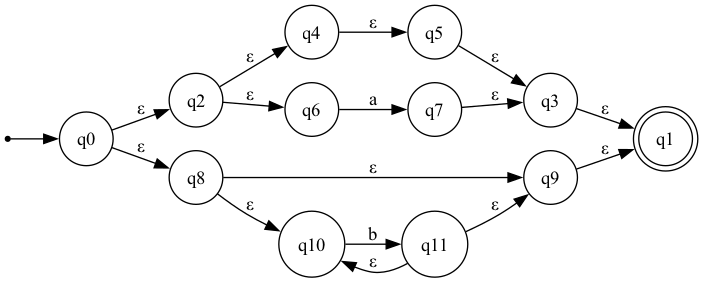
The Graphviz diagram labs/lab4/pngout/nfa_002.png in AscencioSIUU/TeoriaComputacion, before a commit. Its source is kept beside it as labs/lab4/dotout/nfa_002.dot. The source it was exported from:
```dot
digraph NFA {
  rankdir=LR;
  node [shape=circle];
  s [shape=point];
  s -> q0;
  q1 [shape=doublecircle];
  q0;
  q2;
  q3;
  q4;
  q5;
  q6;
  q7;
  q8;
  q9;
  q10;
  q11;
  q0 -> q2 [label="ε"];
  q0 -> q8 [label="ε"];
  q2 -> q4 [label="ε"];
  q2 -> q6 [label="ε"];
  q3 -> q1 [label="ε"];
  q4 -> q5 [label="ε"];
  q5 -> q3 [label="ε"];
  q6 -> q7 [label="a"];
  q7 -> q3 [label="ε"];
  q8 -> q10 [label="ε"];
  q8 -> q9 [label="ε"];
  q9 -> q1 [label="ε"];
  q10 -> q11 [label="b"];
  q11 -> q10 [label="ε"];
  q11 -> q9 [label="ε"];
}
```
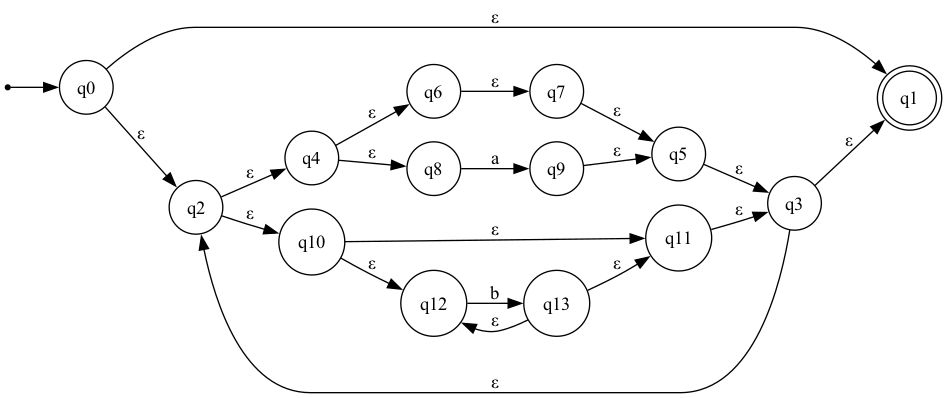
After the change.

What changed in the source:
```diff
@@ -15,19 +15,25 @@
   q9;
   q10;
   q11;
+  q12;
+  q13;
   q0 -> q2 [label="ε"];
-  q0 -> q8 [label="ε"];
+  q0 -> q1 [label="ε"];
   q2 -> q4 [label="ε"];
-  q2 -> q6 [label="ε"];
+  q2 -> q10 [label="ε"];
+  q3 -> q2 [label="ε"];
   q3 -> q1 [label="ε"];
-  q4 -> q5 [label="ε"];
+  q4 -> q6 [label="ε"];
+  q4 -> q8 [label="ε"];
   q5 -> q3 [label="ε"];
-  q6 -> q7 [label="a"];
-  q7 -> q3 [label="ε"];
-  q8 -> q10 [label="ε"];
-  q8 -> q9 [label="ε"];
-  q9 -> q1 [label="ε"];
-  q10 -> q11 [label="b"];
-  q11 -> q10 [label="ε"];
-  q11 -> q9 [label="ε"];
+  q6 -> q7 [label="ε"];
+  q7 -> q5 [label="ε"];
+  q8 -> q9 [label="a"];
+  q9 -> q5 [label="ε"];
+  q10 -> q12 [label="ε"];
+  q10 -> q11 [label="ε"];
+  q11 -> q3 [label="ε"];
+  q12 -> q13 [label="b"];
+  q13 -> q12 [label="ε"];
+  q13 -> q11 [label="ε"];
 }
```
